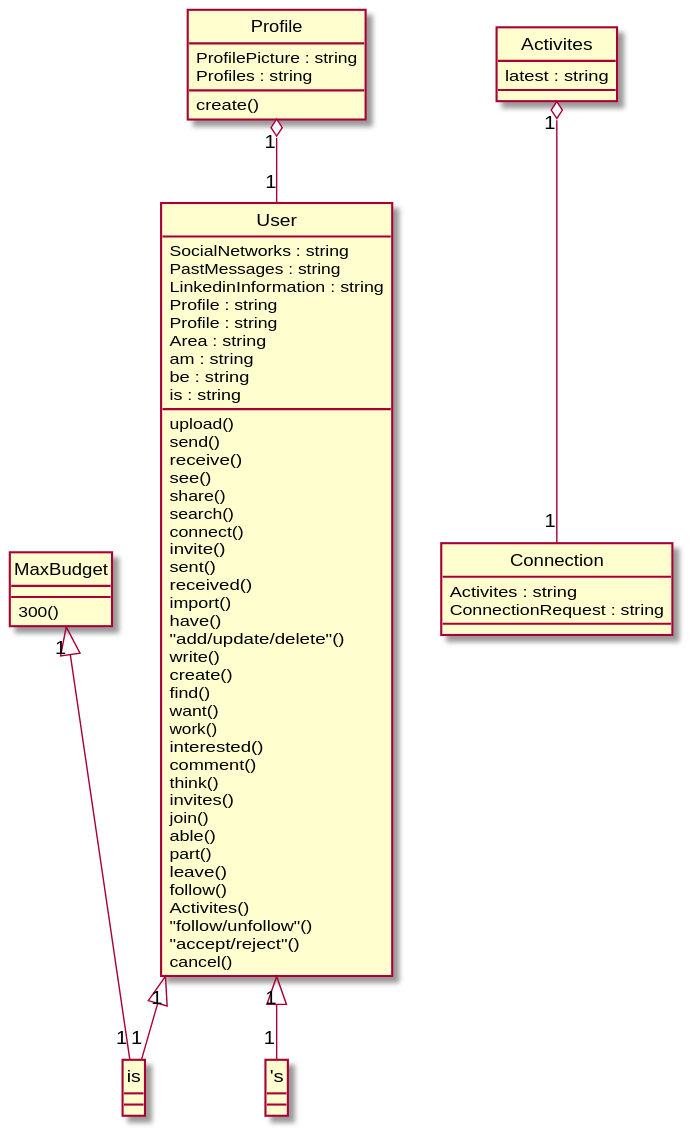
Above: Diagrams/2014-USC-Project06.svg in xixixhalu/DomainModelExtractor (PlantUML), before the change.
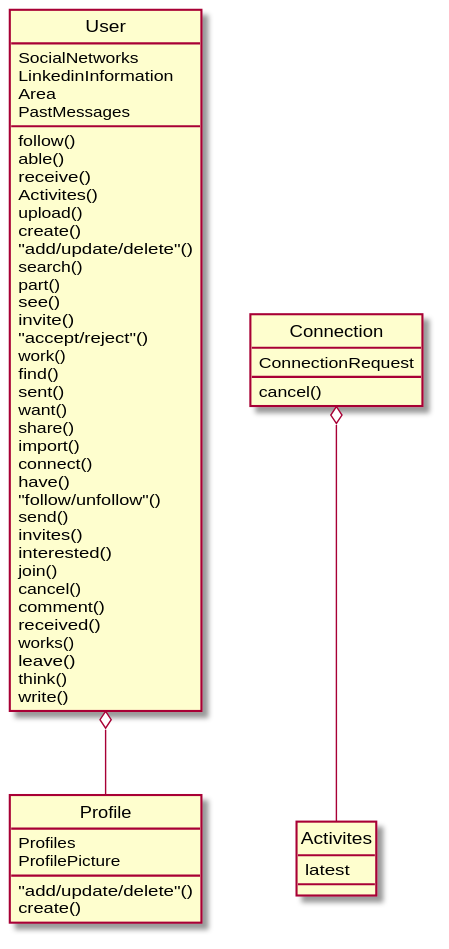
Later version of the same file.

The edit, as a diff of the source:
```diff
@@ -1,65 +1,56 @@
 @startuml
 hide circle
 class User {
-	SocialNetworks : string
-	PastMessages : string
-	LinkedinInformation : string
-	Profile : string
-	Profile : string
-	Area : string
-	am : string
-	be : string
-	is : string
+	SocialNetworks
+	LinkedinInformation
+	Area
+	PastMessages
+	follow()
+	able()
+	receive()
+	Activites()
 	upload()
+	create()
+	"add/update/delete"()
+	search()
+	part()
+	see()
+	invite()
+	"accept/reject"()
+	work()
+	find()
+	sent()
+	want()
+	share()
+	import()
+	connect()
+	have()
+	"follow/unfollow"()
 	send()
-	receive()
-	see()
-	share()
-	search()
-	connect()
-	invite()
-	sent()
+	invites()
+	interested()
+	join()
+	cancel()
+	comment()
 	received()
-	import()
-	have()
-	"add/update/delete"()
+	works()
+	leave()
+	think()
 	write()
-	create()
-	find()
-	want()
-	work()
-	interested()
-	comment()
-	think()
-	invites()
-	join()
-	able()
-	part()
-	leave()
-	follow()
-	Activites()
-	"follow/unfollow"()
-	"accept/reject"()
+}
+class Connection {
+	ConnectionRequest
 	cancel()
 }
-class Connection {
-	Activites : string
-	ConnectionRequest : string
-}
 class Activites {
-	latest : string
+	latest
 }
 class Profile {
-	ProfilePicture : string
-	Profiles : string
+	Profiles
+	ProfilePicture
+	"add/update/delete"()
 	create()
 }
-class MaxBudget {
-	300()
-}
-Profile "1" o-- "1" User
-Activites "1" o-- "1" Connection
-MaxBudget "1" <|-- "1" is
-User "1" <|-- "1" is
-User "1" <|-- "1" "'s"
+Connection o-- Activites
+User o-- Profile
 @enduml
```
